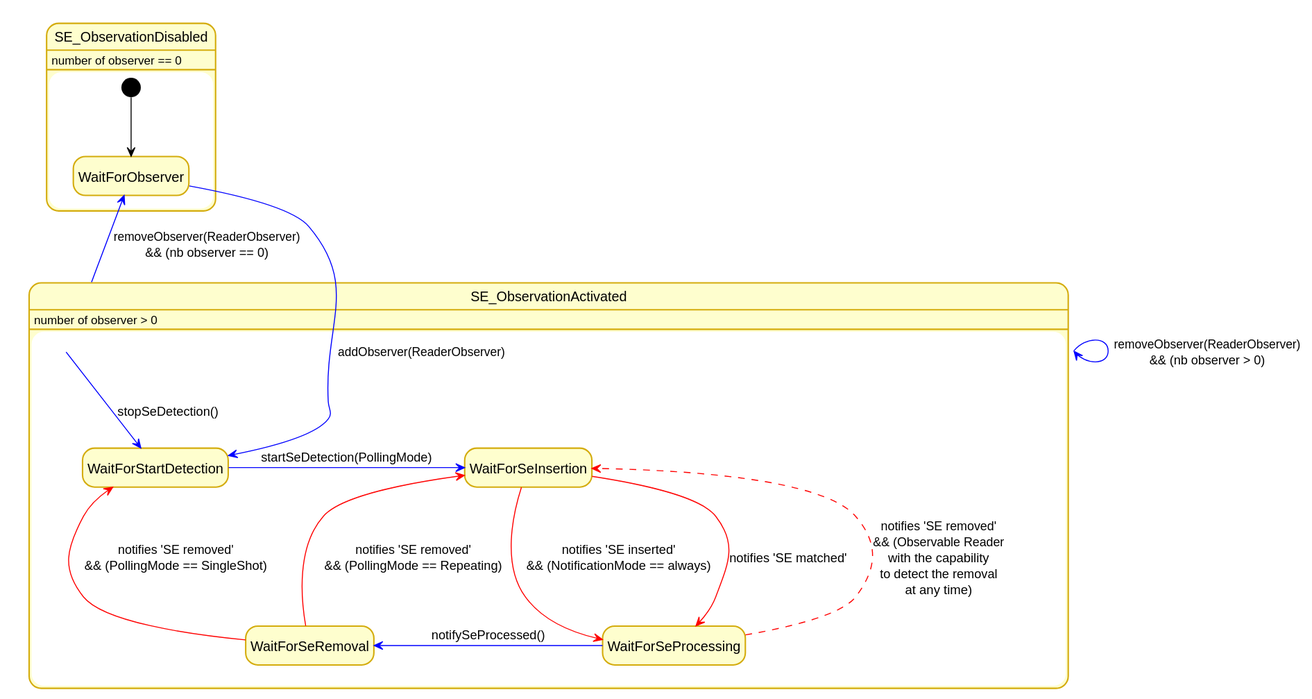
This is docs/KeypleCoreApi/ApplicationApi/img/KeypleCore_ApplicationApi_StateDiag_SE_Proxy_ObservableReaderStates.svg from calypsonet/keyple, a PlantUML export, as it was before one commit.
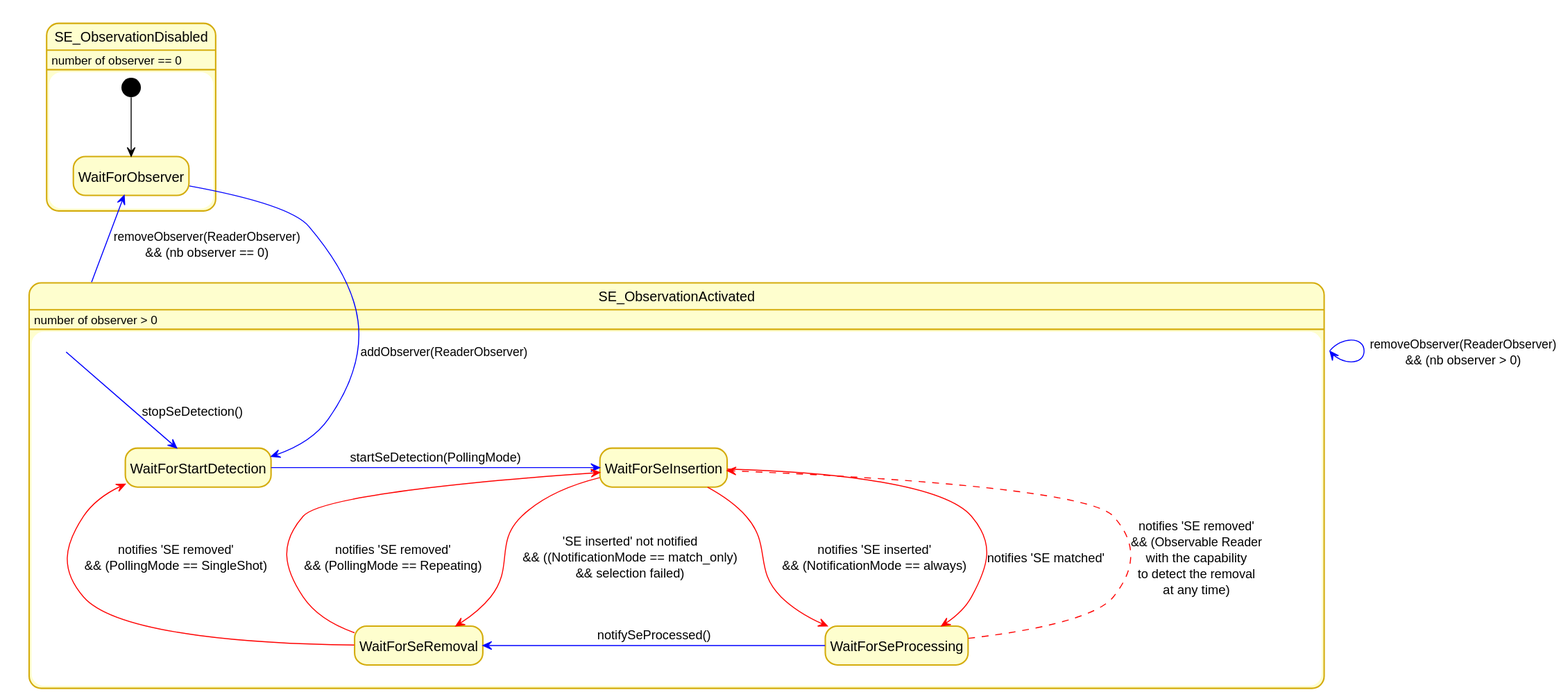
After the commit.

What changed in the source:
```diff
@@ -34,6 +34,7 @@
 WaitForStartDetection -right[#Blue]-> WaitForSeInsertion : startSeDetection(PollingMode)
 WaitForSeInsertion -down[#Red]-> WaitForSeProcessing : notifies 'SE inserted'\n&& (NotificationMode == always)
 WaitForSeInsertion -down[#Red]-> WaitForSeProcessing : notifies 'SE matched'
+WaitForSeInsertion -down[#Red]-> WaitForSeRemoval : 'SE inserted' not notified\n&& ((NotificationMode == match_only)\n&& selection failed)
 WaitForSeProcessing -left[#Blue]-> WaitForSeRemoval : notifySeProcessed()
 WaitForSeRemoval -up[#Red]-> WaitForSeInsertion : notifies 'SE removed'\n&& (PollingMode == Repeating)
 WaitForSeRemoval -up[#Red]-> WaitForStartDetection : notifies 'SE removed'\n&& (PollingMode == SingleShot)
```
